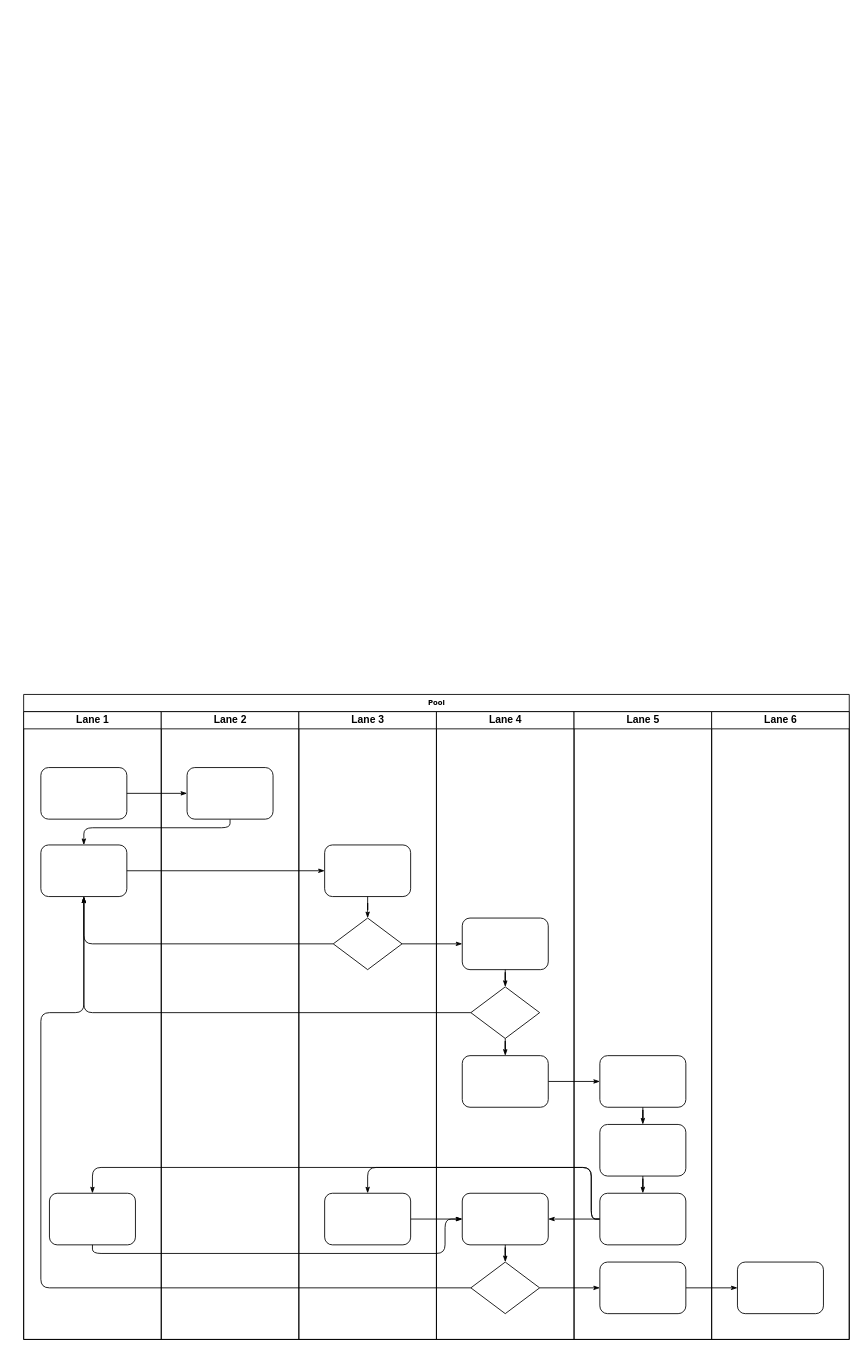
This is Untitled Diagram.drawio from evan-zmd/ebook, a draw.io file, before an edit. Source tidied: cells renumbered, new cells numbered last; positions are measured from the earlier drawing's top-left corner, leaving out a move shared by most shapes. Both pictures are drawn from the tidied source at 86%, with x=0, y=0 at pixel (23, 694).
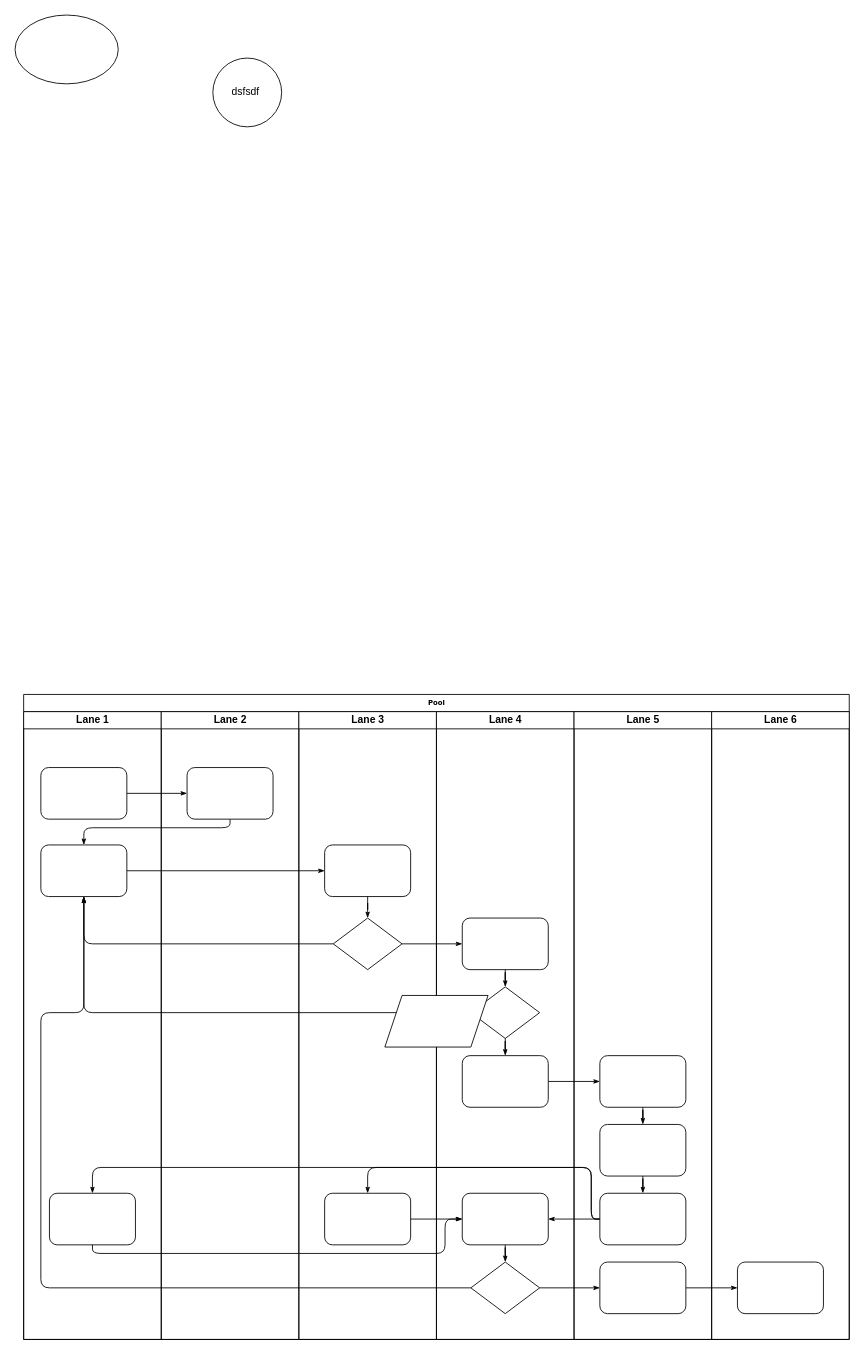
Above is the later version.

Change to the diagram source:
```diff
@@
+    <mxCell id="47" style="shape=parallelogram;perimeter=parallelogramPerimeter;whiteSpace=wrap;html=1;fixedSize=1;" parent="1" vertex="1">
+      <mxGeometry x="420" y="350" width="120" height="60" as="geometry" />
+    </mxCell>
+    <mxCell id="48" style="ellipse;whiteSpace=wrap;html=1;" parent="1" vertex="1">
+      <mxGeometry x="-10" y="-790" width="120" height="80" as="geometry" />
+    </mxCell>
+    <mxCell id="49" value="dsfsdf&amp;nbsp;" style="ellipse;whiteSpace=wrap;html=1;" parent="1" vertex="1">
+      <mxGeometry x="220" y="-740" width="80" height="80" as="geometry" />
+    </mxCell>
```
